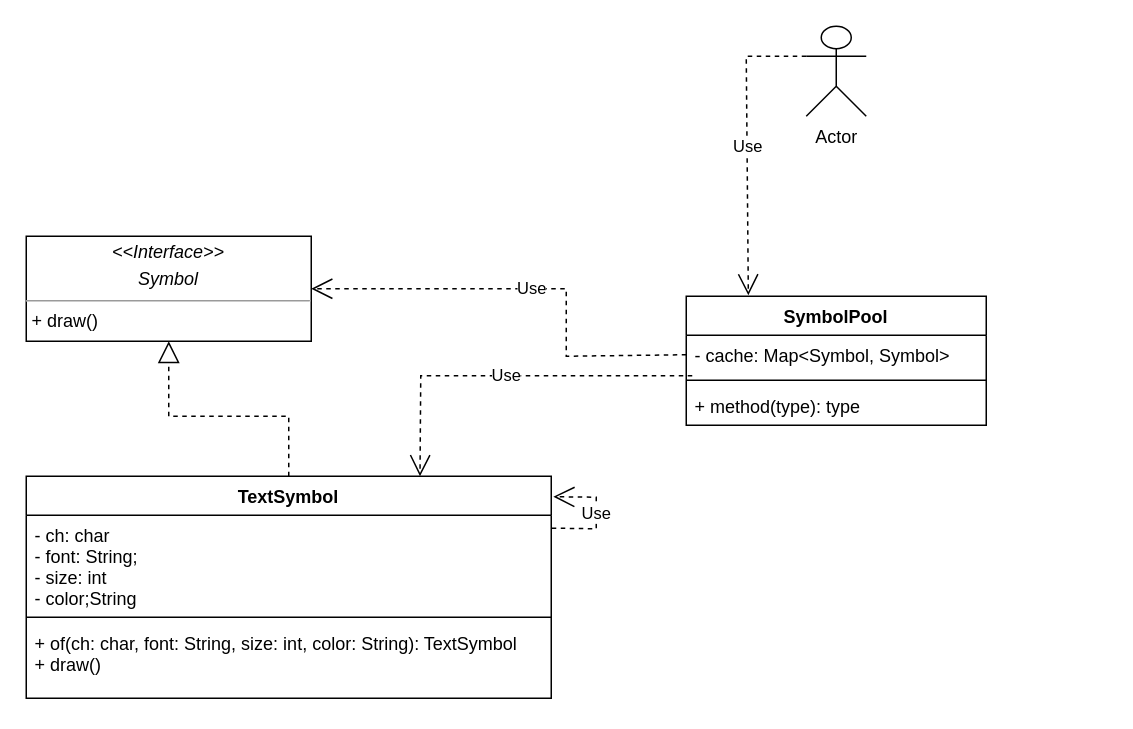
Earlier version of the draw.io diagram src/structural/flyweight/flyweight.drawio (SichniyAndriy/Avada_Task-5_Patterns). Source tidied: cells renumbered, new cells numbered last; positions are measured from the earlier drawing's top-left corner, leaving out a move shared by most shapes. Both pictures are drawn from the tidied source at 150%, with x=0, y=0 at pixel (26, 26).
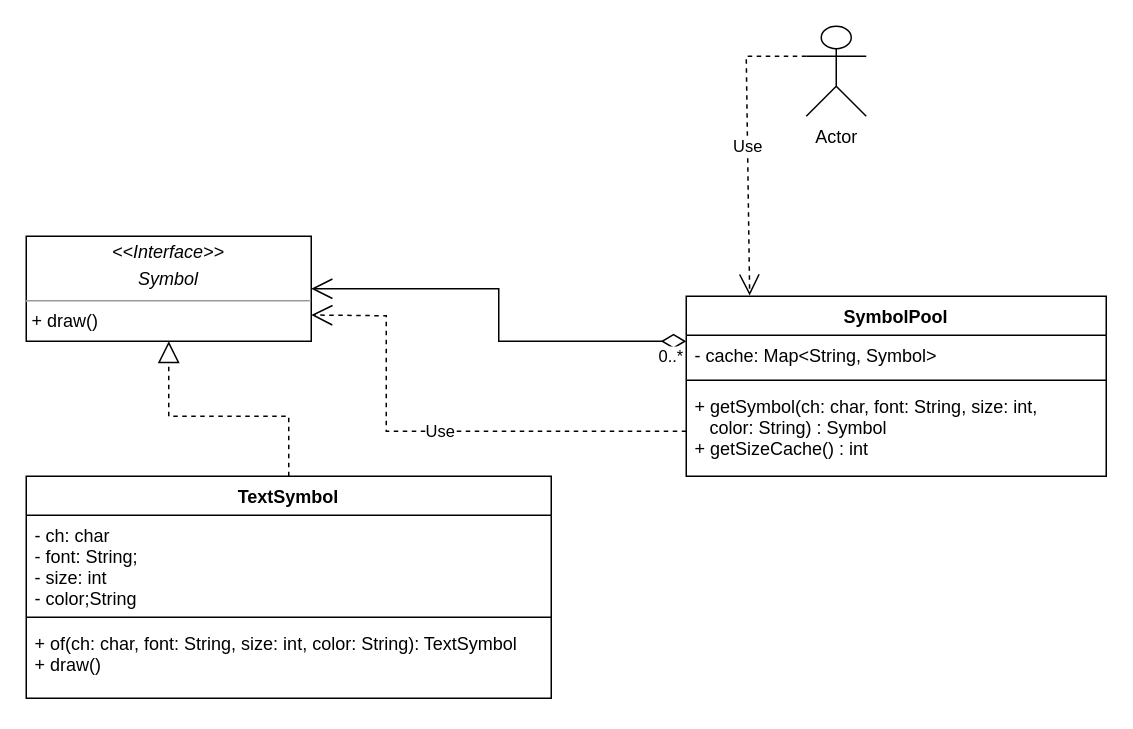
The same diagram, later.

Commit message:
fix flyweight diagram

The change refers to these unchanged cells:
```xml
<mxCell id="2" value="&lt;p style=&quot;margin:0px;margin-top:4px;text-align:center;&quot;&gt;&lt;i&gt;&amp;lt;&amp;lt;Interface&amp;gt;&amp;gt;&lt;/i&gt;&lt;/p&gt;&lt;p style=&quot;margin:0px;margin-top:4px;text-align:center;&quot;&gt;&lt;i&gt;Symbol&lt;/i&gt;&lt;/p&gt;&lt;hr size=&quot;1&quot;&gt;&lt;p style=&quot;margin:0px;margin-left:4px;&quot;&gt;+ draw()&lt;/p&gt;" style="verticalAlign=top;align=left;overflow=fill;fontSize=12;fontFamily=Helvetica;html=1;" parent="1" vertex="1">
  <mxGeometry y="140" width="190" height="70" as="geometry" />
</mxCell>
<mxCell id="3" value="TextSymbol" style="swimlane;fontStyle=1;align=center;verticalAlign=top;horizontal=1;startSize=26;" parent="1" vertex="1">
  <mxGeometry y="300" width="350" height="148" as="geometry" />
</mxCell>
<mxCell id="4" value="- ch: char&#10;- font: String;&#10;- size: int&#10;- color;String" style="text;strokeColor=none;fillColor=none;align=left;verticalAlign=top;spacingLeft=4;spacingRight=4;overflow=hidden;points=[[0,0.5],[1,0.5]];portConstraint=eastwest;" parent="3" vertex="1">
  <mxGeometry y="26" width="350" height="64" as="geometry" />
</mxCell>
<mxCell id="15" value="Actor" style="shape=umlActor;verticalLabelPosition=bottom;verticalAlign=top;html=1;outlineConnect=0;" parent="1" vertex="1">
  <mxGeometry x="520" width="40" height="60" as="geometry" />
</mxCell>
```

Diff of the diagram source:
```diff
@@
-    <mxCell id="7" value="Use" style="endArrow=open;endSize=12;dashed=1;html=1;rounded=0;exitX=1.001;exitY=0.135;exitDx=0;exitDy=0;entryX=1.004;entryY=0.092;entryDx=0;entryDy=0;entryPerimeter=0;exitPerimeter=0;" parent="3" edge="1" source="4" target="3">
-      <mxGeometry relative="1" as="geometry">
-        <Array as="points">
-          <mxPoint x="380" y="35" />
-          <mxPoint x="380" y="14" />
-        </Array>
-      </mxGeometry>
-    </mxCell>
@@
     <mxCell id="9" value="SymbolPool" style="swimlane;fontStyle=1;align=center;verticalAlign=top;horizontal=1;startSize=26;" parent="1" vertex="1">
-      <mxGeometry x="440" y="180" width="200" height="86" as="geometry" />
+      <mxGeometry x="440" y="180" width="280" height="120" as="geometry" />
     </mxCell>
-    <mxCell id="10" value="- cache: Map&lt;Symbol, Symbol&gt;" style="text;strokeColor=none;fillColor=none;align=left;verticalAlign=top;spacingLeft=4;spacingRight=4;overflow=hidden;points=[[0,0.5],[1,0.5]];portConstraint=eastwest;" parent="9" vertex="1">
-      <mxGeometry y="26" width="200" height="26" as="geometry" />
+    <mxCell id="10" value="- cache: Map&lt;String, Symbol&gt;" style="text;strokeColor=none;fillColor=none;align=left;verticalAlign=top;spacingLeft=4;spacingRight=4;overflow=hidden;points=[[0,0.5],[1,0.5]];portConstraint=eastwest;" parent="9" vertex="1">
+      <mxGeometry y="26" width="280" height="26" as="geometry" />
     </mxCell>
     <mxCell id="11" style="line;strokeWidth=1;fillColor=none;align=left;verticalAlign=middle;spacingTop=-1;spacingLeft=3;spacingRight=3;labelPosition=right;strokeColor=inherit;" parent="9" vertex="1">
-      <mxGeometry y="52" width="200" height="8" as="geometry" />
+      <mxGeometry y="52" width="280" height="8" as="geometry" />
     </mxCell>
-    <mxCell id="12" value="+ method(type): type" style="text;strokeColor=none;fillColor=none;align=left;verticalAlign=top;spacingLeft=4;spacingRight=4;overflow=hidden;points=[[0,0.5],[1,0.5]];portConstraint=eastwest;" parent="9" vertex="1">
-      <mxGeometry y="60" width="200" height="26" as="geometry" />
+    <mxCell id="12" value="+ getSymbol(ch: char, font: String, size: int, &#10;   color: String) : Symbol&#10;+ getSizeCache() : int" style="text;strokeColor=none;fillColor=none;align=left;verticalAlign=top;spacingLeft=4;spacingRight=4;overflow=hidden;points=[[0,0.5],[1,0.5]];portConstraint=eastwest;" parent="9" vertex="1">
+      <mxGeometry y="60" width="280" height="60" as="geometry" />
     </mxCell>
-    <mxCell id="13" value="Use" style="endArrow=open;endSize=12;dashed=1;html=1;rounded=0;exitX=0;exitY=0.5;exitDx=0;exitDy=0;entryX=1;entryY=0.5;entryDx=0;entryDy=0;" parent="1" edge="1" source="10" target="2">
-      <mxGeometry relative="1" as="geometry">
-        <Array as="points">
-          <mxPoint x="360" y="220" />
-          <mxPoint x="360" y="175" />
-        </Array>
-      </mxGeometry>
-    </mxCell>
-    <mxCell id="14" value="Use" style="endArrow=open;endSize=12;dashed=1;html=1;rounded=0;exitX=0.02;exitY=1.038;exitDx=0;exitDy=0;exitPerimeter=0;entryX=0.75;entryY=0;entryDx=0;entryDy=0;" parent="1" edge="1" source="10" target="3">
-      <mxGeometry relative="1" as="geometry">
-        <Array as="points">
-          <mxPoint x="263" y="233" />
-        </Array>
-      </mxGeometry>
-    </mxCell>
@@
-    <mxCell id="16" value="Use" style="endArrow=open;endSize=12;dashed=1;html=1;rounded=0;exitX=0;exitY=0.3333333333333333;exitDx=0;exitDy=0;exitPerimeter=0;entryX=0.207;entryY=-0.007;entryDx=0;entryDy=0;entryPerimeter=0;" parent="1" edge="1" source="15" target="9">
+    <mxCell id="16" value="Use" style="endArrow=open;endSize=12;dashed=1;html=1;rounded=0;exitX=0;exitY=0.3333333333333333;exitDx=0;exitDy=0;exitPerimeter=0;entryX=0.151;entryY=-0.004;entryDx=0;entryDy=0;entryPerimeter=0;" parent="1" edge="1" source="15" target="9">
       <mxGeometry relative="1" as="geometry">
         <Array as="points">
           <mxPoint x="480" y="20" />
         </Array>
       </mxGeometry>
     </mxCell>
+    <mxCell id="17" value="0..*" style="endArrow=open;html=1;endSize=12;startArrow=diamondThin;startSize=14;startFill=0;edgeStyle=orthogonalEdgeStyle;align=left;verticalAlign=bottom;rounded=0;entryX=1;entryY=0.5;entryDx=0;entryDy=0;exitX=0;exitY=0.25;exitDx=0;exitDy=0;" parent="1" edge="1" source="9" target="2">
+      <mxGeometry x="-0.86" y="19" relative="1" as="geometry" />
+    </mxCell>
+    <mxCell id="18" value="Use" style="endArrow=open;endSize=12;dashed=1;html=1;rounded=0;exitX=0;exitY=0.5;exitDx=0;exitDy=0;entryX=1;entryY=0.75;entryDx=0;entryDy=0;" parent="1" edge="1" source="12" target="2">
+      <mxGeometry relative="1" as="geometry">
+        <Array as="points">
+          <mxPoint x="240" y="270" />
+          <mxPoint x="240" y="193" />
+        </Array>
+      </mxGeometry>
+    </mxCell>
```
